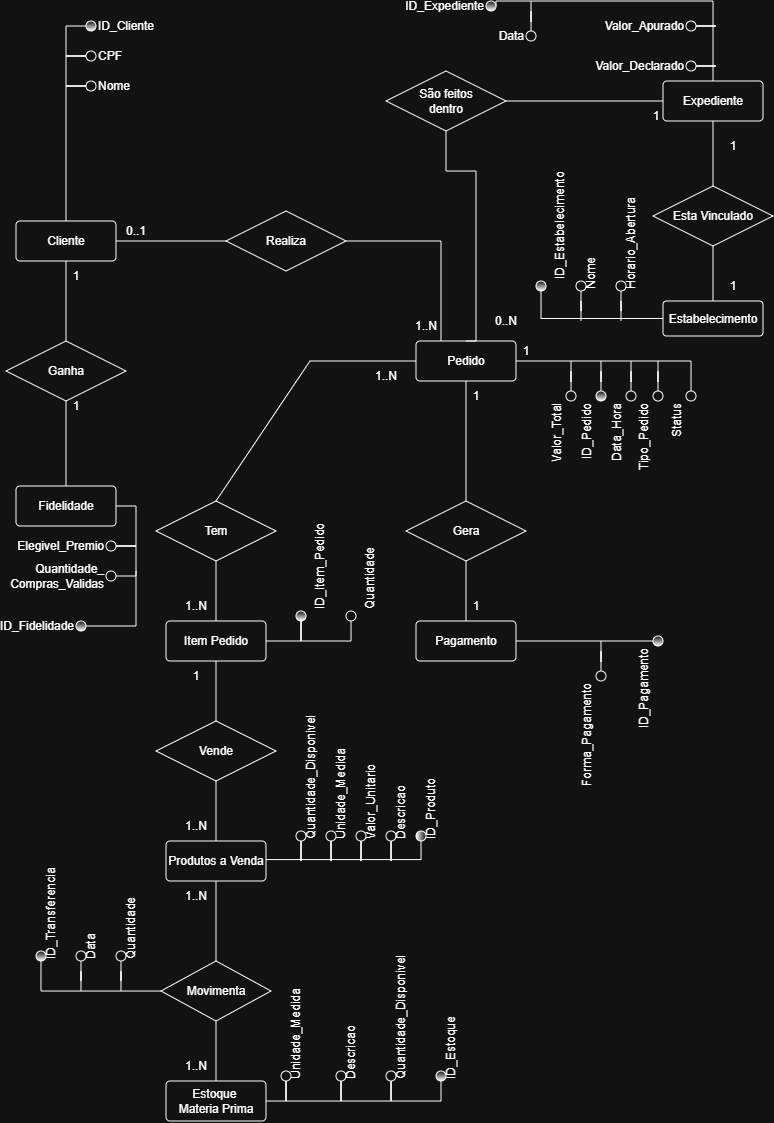
The draw.io diagram Assets/Diagrama Conceitual.drawio.png in garbomurilo/Estocai, before a commit. Source tidied: cells renumbered, new cells last; positions are measured from the earlier drawing's top-left corner, leaving out a move shared by most shapes.
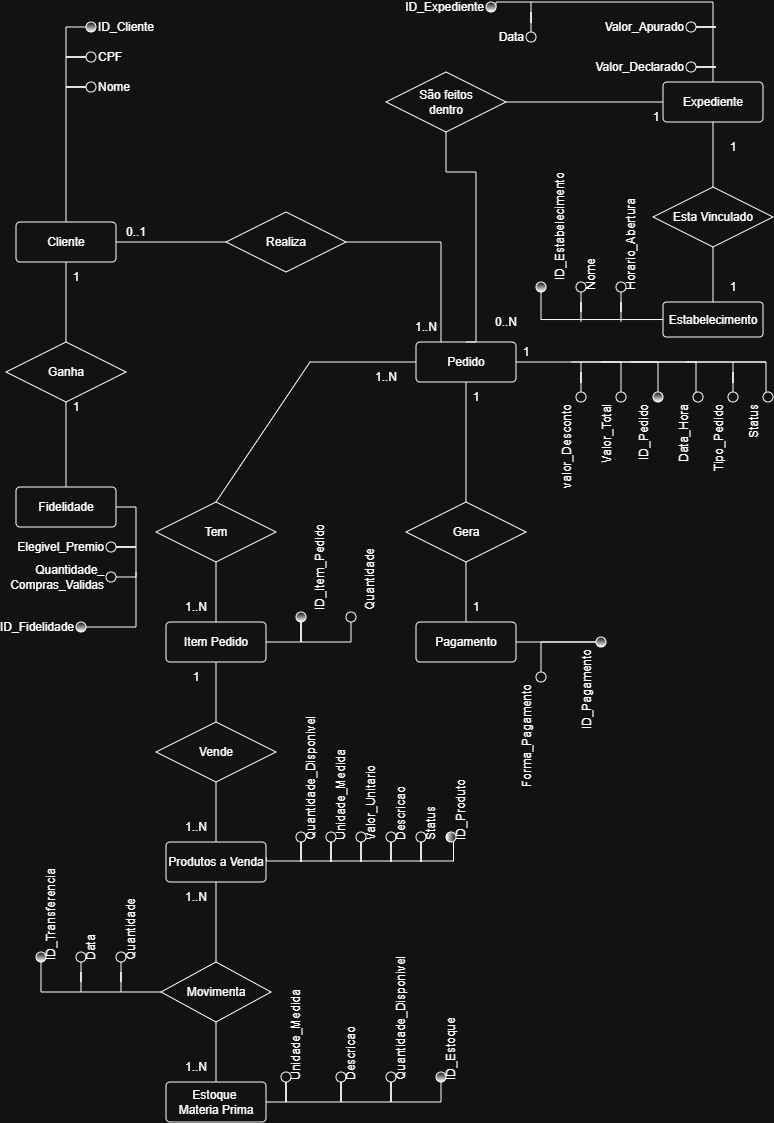
The same diagram one commit later.

Change to the diagram source:
```diff
@@ -44,7 +44,7 @@
     </mxCell>
     <mxCell id="14" style="edgeStyle=orthogonalEdgeStyle;rounded=0;jettySize=auto;html=1;endArrow=none;endFill=0;" parent="1" edge="1" source="15">
       <mxGeometry relative="1" as="geometry">
-        <mxPoint x="680" y="360" as="targetPoint" />
+        <mxPoint x="760" y="360" as="targetPoint" />
       </mxGeometry>
     </mxCell>
     <mxCell id="15" value="Pedido" style="rounded=1;arcSize=10;whiteSpace=wrap;html=1;align=center;" parent="1" vertex="1">
@@ -109,11 +109,12 @@
         </Array>
       </mxGeometry>
     </mxCell>
-    <mxCell id="30" style="edgeStyle=orthogonalEdgeStyle;rounded=0;jettySize=auto;html=1;endArrow=none;endFill=0;entryX=1;entryY=0.5;entryDx=0;entryDy=0;" parent="1" edge="1" target="75">
+    <mxCell id="30" style="edgeStyle=orthogonalEdgeStyle;rounded=0;jettySize=auto;html=1;endArrow=none;endFill=0;entryX=1;entryY=0.5;entryDx=0;entryDy=0;exitX=1.003;exitY=0.375;exitDx=0;exitDy=0;exitPerimeter=0;" parent="1" edge="1" source="31">
       <mxGeometry relative="1" as="geometry">
-        <mxPoint x="252.5" y="858.6" as="sourcePoint" />
+        <mxPoint x="447.5" y="840" as="targetPoint" />
         <Array as="points">
-          <mxPoint x="415" y="859" />
+          <mxPoint x="260" y="859" />
+          <mxPoint x="448" y="859" />
         </Array>
       </mxGeometry>
     </mxCell>
@@ -264,7 +265,7 @@
       <mxGeometry x="380" y="830" width="10" height="10" as="geometry" />
     </mxCell>
     <mxCell id="75" value="ID_Produto&lt;div&gt;&lt;/div&gt;" style="ellipse;whiteSpace=wrap;html=1;verticalAlign=middle;horizontal=0;labelPosition=right;verticalLabelPosition=middle;align=left;direction=south;gradientColor=default;" parent="1" vertex="1">
-      <mxGeometry x="410" y="830" width="10" height="10" as="geometry" />
+      <mxGeometry x="440" y="830" width="10" height="10" as="geometry" />
     </mxCell>
     <mxCell id="76" value="ID_Cliente&lt;div&gt;&lt;/div&gt;" style="ellipse;whiteSpace=wrap;html=1;verticalAlign=middle;horizontal=1;labelPosition=right;verticalLabelPosition=middle;align=left;gradientColor=default;" parent="1" vertex="1">
       <mxGeometry x="80" y="20" width="10" height="10" as="geometry" />
@@ -375,59 +376,72 @@
     <mxCell id="104" style="edgeStyle=orthogonalEdgeStyle;rounded=0;jettySize=auto;html=1;endArrow=none;endFill=0;" parent="1" edge="1" source="105">
       <mxGeometry relative="1" as="geometry">
         <mxPoint x="595" y="640" as="targetPoint" />
+        <Array as="points">
+          <mxPoint x="535" y="640" />
+        </Array>
       </mxGeometry>
     </mxCell>
     <mxCell id="105" value="Forma_Pagamento" style="ellipse;whiteSpace=wrap;html=1;verticalAlign=bottom;horizontal=0;labelPosition=left;verticalLabelPosition=top;align=right;" parent="1" vertex="1">
-      <mxGeometry x="590" y="670" width="10" height="10" as="geometry" />
+      <mxGeometry x="530" y="670" width="10" height="10" as="geometry" />
     </mxCell>
     <mxCell id="106" style="edgeStyle=orthogonalEdgeStyle;rounded=0;jettySize=auto;html=1;endArrow=none;endFill=0;horizontal=0;labelPosition=right;verticalLabelPosition=bottom;align=left;verticalAlign=top;" parent="1" edge="1" source="107">
       <mxGeometry relative="1" as="geometry">
         <mxPoint x="595" y="360" as="targetPoint" />
+        <Array as="points">
+          <mxPoint x="652" y="360" />
+        </Array>
       </mxGeometry>
     </mxCell>
     <mxCell id="107" value="ID_Pedido" style="ellipse;whiteSpace=wrap;html=1;verticalAlign=bottom;horizontal=0;labelPosition=left;verticalLabelPosition=top;align=right;gradientColor=default;" parent="1" vertex="1">
-      <mxGeometry x="590" y="390" width="10" height="10" as="geometry" />
+      <mxGeometry x="647" y="390" width="10" height="10" as="geometry" />
     </mxCell>
     <mxCell id="108" style="edgeStyle=orthogonalEdgeStyle;rounded=0;jettySize=auto;html=1;endArrow=none;endFill=0;" parent="1" edge="1" source="109">
       <mxGeometry relative="1" as="geometry">
         <mxPoint x="565" y="360" as="targetPoint" />
+        <Array as="points">
+          <mxPoint x="615" y="360" />
+        </Array>
       </mxGeometry>
     </mxCell>
     <mxCell id="109" value="Valor_Total" style="ellipse;whiteSpace=wrap;html=1;verticalAlign=bottom;horizontal=0;labelPosition=left;verticalLabelPosition=top;align=right;" parent="1" vertex="1">
-      <mxGeometry x="560" y="390" width="10" height="10" as="geometry" />
+      <mxGeometry x="610" y="390" width="10" height="10" as="geometry" />
     </mxCell>
     <mxCell id="110" style="edgeStyle=orthogonalEdgeStyle;rounded=0;jettySize=auto;html=1;endArrow=none;endFill=0;" parent="1" edge="1" source="111">
       <mxGeometry relative="1" as="geometry">
         <mxPoint x="625" y="360" as="targetPoint" />
+        <Array as="points">
+          <mxPoint x="690" y="360" />
+        </Array>
       </mxGeometry>
     </mxCell>
     <mxCell id="111" value="Data_Hora" style="ellipse;whiteSpace=wrap;html=1;verticalAlign=bottom;horizontal=0;labelPosition=left;verticalLabelPosition=top;align=right;" parent="1" vertex="1">
-      <mxGeometry x="620" y="390" width="10" height="10" as="geometry" />
+      <mxGeometry x="687" y="390" width="10" height="10" as="geometry" />
     </mxCell>
-    <mxCell id="112" style="edgeStyle=orthogonalEdgeStyle;rounded=0;jettySize=auto;html=1;endArrow=none;endFill=0;" parent="1" edge="1" source="113">
-      <mxGeometry relative="1" as="geometry">
-        <mxPoint x="652" y="360" as="targetPoint" />
-      </mxGeometry>
-    </mxCell>
+    <mxCell id="122" style="edgeStyle=orthogonalEdgeStyle;rounded=0;jettySize=auto;html=1;endArrow=none;endFill=0;" parent="1" edge="1" source="113">
+      <mxGeometry relative="1" as="geometry">
+        <mxPoint x="727" y="360" as="targetPoint" />
+      </mxGeometry>
+    </mxCell>
     <mxCell id="113" value="Tipo_Pedido" style="ellipse;whiteSpace=wrap;html=1;verticalAlign=bottom;horizontal=0;labelPosition=left;verticalLabelPosition=top;align=right;" parent="1" vertex="1">
-      <mxGeometry x="647" y="390" width="10" height="10" as="geometry" />
+      <mxGeometry x="722" y="390" width="10" height="10" as="geometry" />
     </mxCell>
     <mxCell id="114" style="edgeStyle=orthogonalEdgeStyle;rounded=0;jettySize=auto;html=1;endArrow=none;endFill=0;" parent="1" edge="1" source="115">
       <mxGeometry relative="1" as="geometry">
         <mxPoint x="680" y="360" as="targetPoint" />
         <Array as="points">
-          <mxPoint x="685" y="360" />
+          <mxPoint x="760" y="395" />
+          <mxPoint x="760" y="360" />
         </Array>
       </mxGeometry>
     </mxCell>
     <mxCell id="115" value="Status" style="ellipse;whiteSpace=wrap;html=1;verticalAlign=bottom;horizontal=0;labelPosition=left;verticalLabelPosition=top;align=right;" parent="1" vertex="1">
-      <mxGeometry x="680" y="390" width="10" height="10" as="geometry" />
+      <mxGeometry x="757" y="390" width="10" height="10" as="geometry" />
     </mxCell>
     <mxCell id="116" style="edgeStyle=orthogonalEdgeStyle;rounded=0;jettySize=auto;html=1;endArrow=none;endFill=0;" parent="1" edge="1" source="16" target="117">
       <mxGeometry relative="1" as="geometry" />
     </mxCell>
     <mxCell id="117" value="ID_Pagamento" style="ellipse;whiteSpace=wrap;html=1;verticalAlign=bottom;horizontal=0;labelPosition=left;verticalLabelPosition=top;align=right;gradientColor=default;" parent="1" vertex="1">
-      <mxGeometry x="647" y="635" width="10" height="10" as="geometry" />
+      <mxGeometry x="590" y="635" width="10" height="10" as="geometry" />
     </mxCell>
     <mxCell id="118" style="edgeStyle=orthogonalEdgeStyle;rounded=0;jettySize=auto;html=1;endArrow=none;endFill=0;" parent="1" edge="1" source="119">
       <mxGeometry relative="1" as="geometry">
@@ -445,5 +459,21 @@
     <mxCell id="121" value="Quantidade" style="ellipse;whiteSpace=wrap;html=1;verticalAlign=top;horizontal=0;labelPosition=right;verticalLabelPosition=bottom;align=left;direction=west;" parent="1" vertex="1">
       <mxGeometry x="340" y="610" width="10" height="10" as="geometry" />
     </mxCell>
+    <mxCell id="123" style="edgeStyle=orthogonalEdgeStyle;rounded=0;jettySize=auto;html=1;endArrow=none;endFill=0;" parent="1" edge="1" source="124">
+      <mxGeometry relative="1" as="geometry">
+        <mxPoint x="575" y="360" as="targetPoint" />
+      </mxGeometry>
+    </mxCell>
+    <mxCell id="124" value="valor_Desconto" style="ellipse;whiteSpace=wrap;html=1;verticalAlign=bottom;horizontal=0;labelPosition=left;verticalLabelPosition=top;align=right;" parent="1" vertex="1">
+      <mxGeometry x="570" y="390" width="10" height="10" as="geometry" />
+    </mxCell>
+    <mxCell id="125" style="edgeStyle=orthogonalEdgeStyle;rounded=0;jettySize=auto;html=1;endArrow=none;endFill=0;" parent="1" edge="1" source="126">
+      <mxGeometry relative="1" as="geometry">
+        <mxPoint x="415" y="860" as="targetPoint" />
+      </mxGeometry>
+    </mxCell>
+    <mxCell id="126" value="Status&lt;div&gt;&lt;/div&gt;" style="ellipse;whiteSpace=wrap;html=1;verticalAlign=middle;horizontal=0;labelPosition=right;verticalLabelPosition=middle;align=left;" parent="1" vertex="1">
+      <mxGeometry x="410" y="830" width="10" height="10" as="geometry" />
+    </mxCell>
   </root>
 </mxGraphModel>
```
